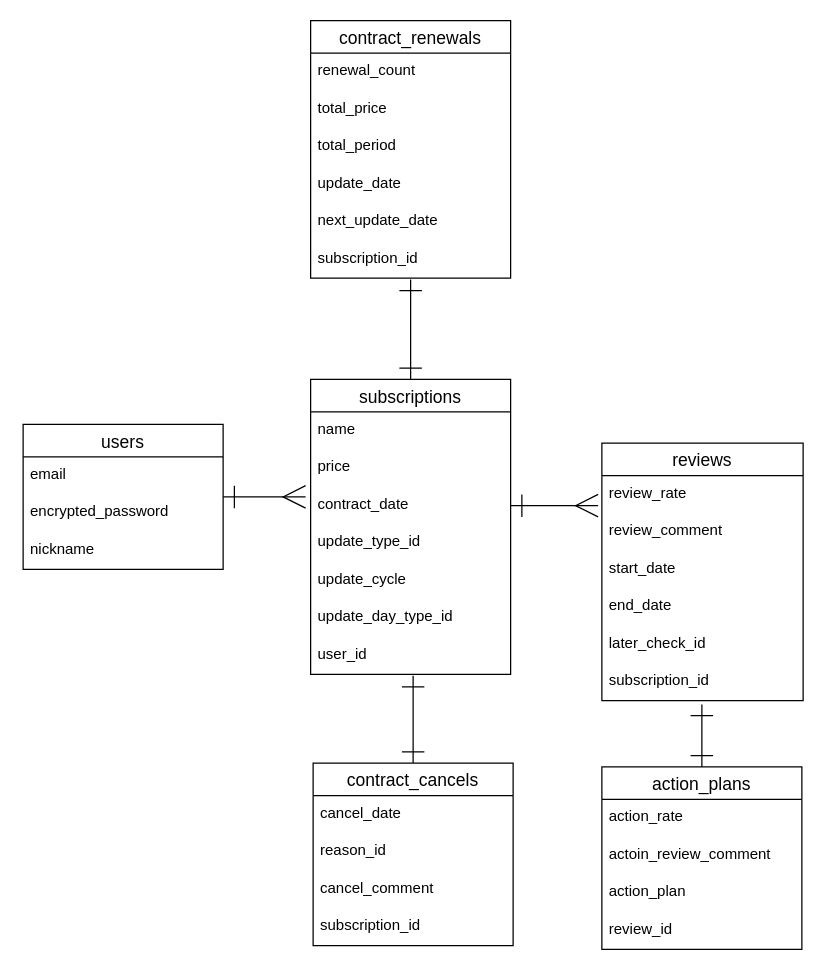
Above: er_dia.dio in 28niwa2108/look-back (draw.io), before the change. Source tidied: cells renumbered, new cells numbered last; positions are measured from the earlier drawing's top-left corner, leaving out a move shared by most shapes. Both pictures are drawn from the tidied source at 125%, with x=0, y=0 at pixel (22, 20).
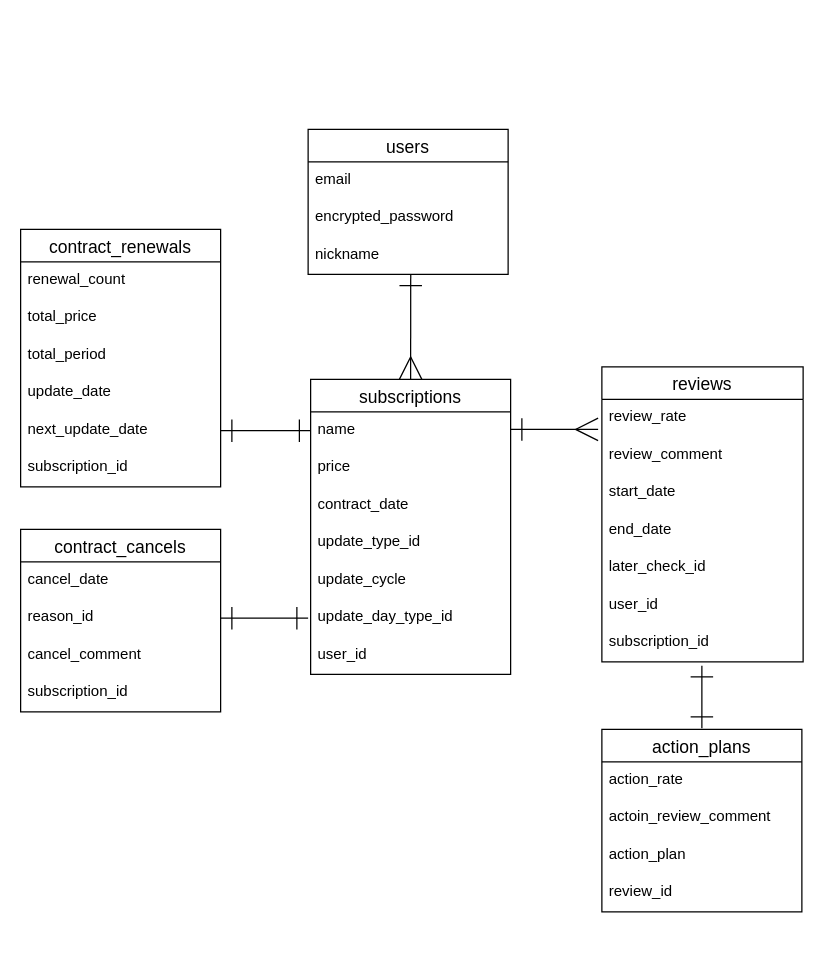
The same page after the edit.

Commit message (it also covers changes not shown here):
[Renewal]user_idカラムの追加

The change refers to these unchanged cells:
```xml
<mxCell id="6" value="nickname" style="text;strokeColor=none;fillColor=none;spacingLeft=4;spacingRight=4;overflow=hidden;points=[[0,0.5],[1,0.5]];portConstraint=eastwest;fontSize=12;" parent="3" vertex="1">
  <mxGeometry y="86" width="160" height="30" as="geometry" />
</mxCell>
<mxCell id="8" value="subscriptions" style="swimlane;fontStyle=0;horizontal=1;startSize=26;align=center;fontSize=14;" parent="1" vertex="1">
  <mxGeometry x="230" y="287" width="160" height="236" as="geometry" />
</mxCell>
<mxCell id="9" value="name" style="text;strokeColor=none;fillColor=none;spacingLeft=4;spacingRight=4;overflow=hidden;points=[[0,0.5],[1,0.5]];portConstraint=eastwest;fontSize=12;" parent="8" vertex="1">
  <mxGeometry y="26" width="160" height="30" as="geometry" />
</mxCell>
<mxCell id="11" value="contract_date" style="text;strokeColor=none;fillColor=none;spacingLeft=4;spacingRight=4;overflow=hidden;points=[[0,0.5],[1,0.5]];portConstraint=eastwest;fontSize=12;" parent="8" vertex="1">
  <mxGeometry y="86" width="160" height="30" as="geometry" />
</mxCell>
<mxCell id="21" value="next_update_date" style="text;strokeColor=none;fillColor=none;spacingLeft=4;spacingRight=4;overflow=hidden;points=[[0,0.5],[1,0.5]];portConstraint=eastwest;fontSize=12;" parent="16" vertex="1">
  <mxGeometry y="146" width="160" height="30" as="geometry" />
</mxCell>
<mxCell id="26" value="reason_id" style="text;strokeColor=none;fillColor=none;spacingLeft=4;spacingRight=4;overflow=hidden;points=[[0,0.5],[1,0.5]];portConstraint=eastwest;fontSize=12;" parent="24" vertex="1">
  <mxGeometry y="56" width="160" height="30" as="geometry" />
</mxCell>
```

What changed in the source:
```diff
@@
-    <mxCell id="2" style="edgeStyle=orthogonalEdgeStyle;rounded=0;jettySize=auto;html=1;entryX=-0.025;entryY=0.267;entryDx=0;entryDy=0;entryPerimeter=0;startArrow=ERone;startFill=0;endArrow=ERmany;endFill=0;startSize=16;endSize=16;strokeWidth=1;" parent="1" edge="1" source="3" target="11">
-      <mxGeometry relative="1" as="geometry" />
-    </mxCell>
     <mxCell id="3" value="users" style="swimlane;fontStyle=0;horizontal=1;startSize=26;align=center;fontSize=14;" parent="1" vertex="1">
-      <mxGeometry y="323" width="160" height="116" as="geometry" />
+      <mxGeometry x="228" y="87" width="160" height="116" as="geometry" />
     </mxCell>
@@
-    <mxCell id="7" style="edgeStyle=orthogonalEdgeStyle;rounded=0;jettySize=auto;html=1;exitX=0.5;exitY=0;exitDx=0;exitDy=0;startArrow=ERone;startFill=0;endArrow=ERone;endFill=0;startSize=16;endSize=16;strokeWidth=1;" parent="1" edge="1" source="8">
-      <mxGeometry relative="1" as="geometry">
-        <mxPoint x="310" y="207" as="targetPoint" />
-      </mxGeometry>
-    </mxCell>
+    <mxCell id="43" style="edgeStyle=none;html=1;exitX=0.5;exitY=0;exitDx=0;exitDy=0;entryX=0.513;entryY=1;entryDx=0;entryDy=0;entryPerimeter=0;startArrow=ERmany;startFill=0;endArrow=ERone;endFill=0;startSize=16;endSize=16;" parent="1" edge="1" source="8" target="6">
+      <mxGeometry relative="1" as="geometry" />
+    </mxCell>
@@
     <mxCell id="16" value="contract_renewals" style="swimlane;fontStyle=0;horizontal=1;startSize=26;align=center;fontSize=14;" parent="1" vertex="1">
-      <mxGeometry x="230" width="160" height="206" as="geometry" />
+      <mxGeometry x="-2" y="167" width="160" height="206" as="geometry" />
     </mxCell>
@@
-    <mxCell id="23" style="edgeStyle=orthogonalEdgeStyle;rounded=0;jettySize=auto;html=1;exitX=0.5;exitY=0;exitDx=0;exitDy=0;startArrow=ERone;startFill=0;endArrow=ERone;endFill=0;strokeWidth=1;endSize=16;startSize=16;" parent="1" edge="1" source="24">
+    <mxCell id="23" style="edgeStyle=orthogonalEdgeStyle;rounded=0;jettySize=auto;html=1;exitX=1;exitY=0.5;exitDx=0;exitDy=0;startArrow=ERone;startFill=0;endArrow=ERone;endFill=0;strokeWidth=1;endSize=16;startSize=16;" parent="1" edge="1" source="26">
       <mxGeometry relative="1" as="geometry">
-        <mxPoint x="312" y="524" as="targetPoint" />
+        <mxPoint x="228" y="478" as="targetPoint" />
+        <Array as="points">
+          <mxPoint x="158" y="478" />
+        </Array>
       </mxGeometry>
     </mxCell>
     <mxCell id="24" value="contract_cancels" style="swimlane;fontStyle=0;horizontal=1;startSize=26;align=center;fontSize=14;" parent="1" vertex="1">
-      <mxGeometry x="232" y="594" width="160" height="146" as="geometry" />
+      <mxGeometry x="-2" y="407" width="160" height="146" as="geometry" />
     </mxCell>
@@
     <mxCell id="29" value="reviews" style="swimlane;fontStyle=0;horizontal=1;startSize=26;align=center;fontSize=14;" parent="1" vertex="1">
-      <mxGeometry x="463" y="338" width="161" height="206" as="geometry" />
+      <mxGeometry x="463" y="277" width="161" height="236" as="geometry" />
     </mxCell>
@@
-    <mxCell id="35" value="subscription_id" style="text;strokeColor=none;fillColor=none;spacingLeft=4;spacingRight=4;overflow=hidden;fontSize=12;" parent="29" vertex="1">
+    <mxCell id="35" value="user_id" style="text;strokeColor=none;fillColor=none;spacingLeft=4;spacingRight=4;overflow=hidden;fontSize=12;" parent="29" vertex="1">
       <mxGeometry y="176" width="161" height="30" as="geometry" />
     </mxCell>
+    <mxCell id="44" value="subscription_id" style="text;strokeColor=none;fillColor=none;spacingLeft=4;spacingRight=4;overflow=hidden;fontSize=12;" parent="29" vertex="1">
+      <mxGeometry y="206" width="161" height="30" as="geometry" />
+    </mxCell>
-    <mxCell id="36" style="edgeStyle=orthogonalEdgeStyle;rounded=0;jettySize=auto;html=1;exitX=0.5;exitY=0;exitDx=0;exitDy=0;startArrow=ERone;startFill=0;endArrow=ERone;endFill=0;startSize=16;endSize=16;strokeWidth=1;" parent="1" edge="1" source="37">
+    <mxCell id="36" style="edgeStyle=orthogonalEdgeStyle;rounded=0;orthogonalLoop=1;jettySize=auto;html=1;exitX=0.5;exitY=0;exitDx=0;exitDy=0;startArrow=ERone;startFill=0;endArrow=ERone;endFill=0;startSize=16;endSize=16;strokeWidth=1;" parent="1" edge="1">
       <mxGeometry relative="1" as="geometry">
-        <mxPoint x="543" y="547" as="targetPoint" />
+        <mxPoint x="543" y="566" as="sourcePoint" />
+        <mxPoint x="543" y="516" as="targetPoint" />
       </mxGeometry>
     </mxCell>
     <mxCell id="37" value="action_plans" style="swimlane;fontStyle=0;horizontal=1;startSize=26;align=center;fontSize=14;" parent="1" vertex="1">
-      <mxGeometry x="463" y="597" width="160" height="146" as="geometry" />
+      <mxGeometry x="463" y="567" width="160" height="146" as="geometry" />
     </mxCell>
@@
-    <mxCell id="42" style="edgeStyle=orthogonalEdgeStyle;rounded=0;jettySize=auto;html=1;exitX=1;exitY=0.5;exitDx=0;exitDy=0;startArrow=ERone;startFill=0;endArrow=ERmany;endFill=0;startSize=16;endSize=16;strokeWidth=1;" parent="1" edge="1" source="11">
+    <mxCell id="42" style="edgeStyle=orthogonalEdgeStyle;rounded=0;orthogonalLoop=1;jettySize=auto;html=1;exitX=1;exitY=0.5;exitDx=0;exitDy=0;startArrow=ERone;startFill=0;endArrow=ERmany;endFill=0;startSize=16;endSize=16;strokeWidth=1;" parent="1" edge="1">
       <mxGeometry relative="1" as="geometry">
-        <mxPoint x="460" y="388" as="targetPoint" />
+        <mxPoint x="390" y="327" as="sourcePoint" />
+        <mxPoint x="460" y="327" as="targetPoint" />
       </mxGeometry>
     </mxCell>
+    <mxCell id="45" style="edgeStyle=none;html=1;exitX=1;exitY=0.5;exitDx=0;exitDy=0;entryX=0;entryY=0.5;entryDx=0;entryDy=0;startArrow=ERone;startFill=0;endArrow=ERone;endFill=0;endSize=16;startSize=16;" parent="1" edge="1" source="21" target="9">
+      <mxGeometry relative="1" as="geometry" />
+    </mxCell>
```
